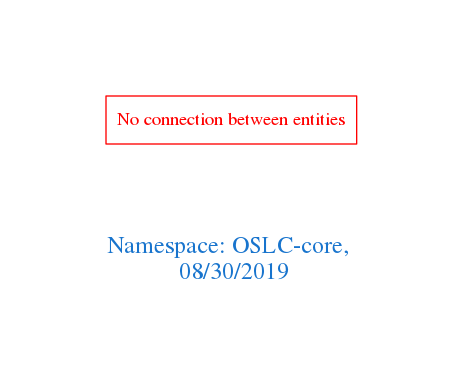
Before: downloads/OSLC-core.png, a diagram exported from Graphviz (arago/OGIT). Its source is kept beside it as downloads/OSLC-core.dot.
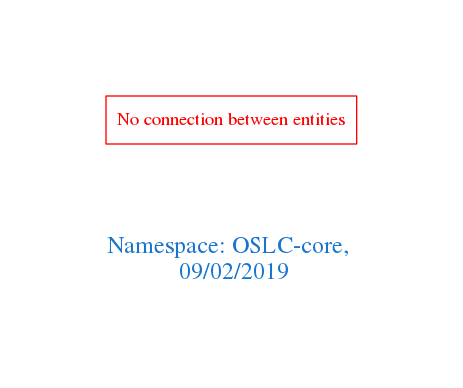
After the change.

What changed in the source:
```diff
@@ -1,7 +1,7 @@
 digraph OGIT_ontology {
  graph [ rankdir= LR,pad=1
 fontsize = 18,
-fontcolor= dodgerblue3,label = "\n\n\nNamespace: OSLC-core, \n 08/30/2019"];
+fontcolor= dodgerblue3,label = "\n\n\nNamespace: OSLC-core, \n 09/02/2019"];
 node[shape=polygon];
 edge [  color="gray81"];
 
```
